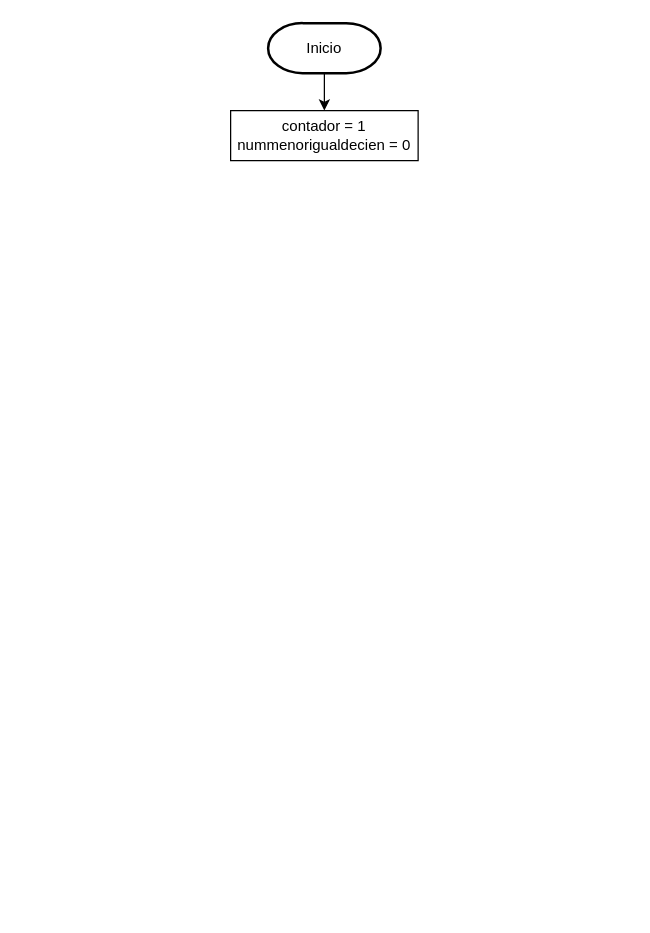
Theo-17/PRACTICA-1 keeps this draw.io diagram as page "Page-5" (5 of 5) of Untitled Diagram.drawio. Above is the earlier version. Source tidied: cells renumbered, new cells numbered last; positions are measured from the earlier drawing's top-left corner, leaving out a move shared by most shapes. Both pictures are drawn from the tidied source at 125%, with x=0, y=0 at pixel (230, 22).
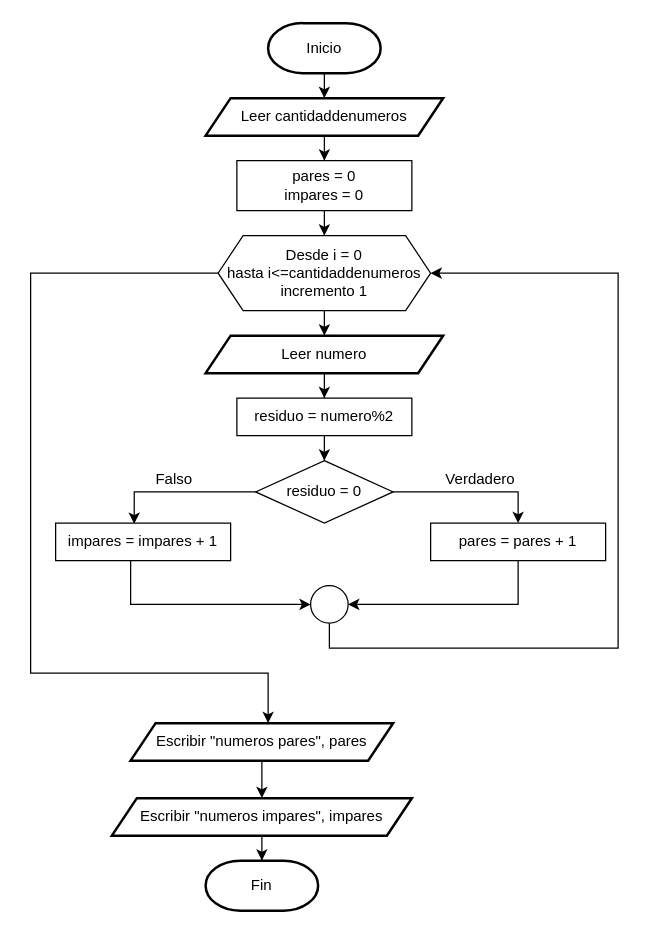
After the change.

The change refers to these unchanged cells:
```xml
<mxCell id="3" value="Inicio" style="strokeWidth=2;html=1;shape=mxgraph.flowchart.terminator;whiteSpace=wrap;" parent="1" vertex="1">
  <mxGeometry x="30" width="90" height="40" as="geometry" />
</mxCell>
```

Change to the diagram source:
```diff
@@
-    <mxCell id="2" style="edgeStyle=orthogonalEdgeStyle;rounded=0;jettySize=auto;html=1;" parent="1" edge="1" source="3" target="4">
+    <mxCell id="2" style="edgeStyle=orthogonalEdgeStyle;rounded=0;jettySize=auto;html=1;" parent="1" edge="1" source="3" target="6">
       <mxGeometry relative="1" as="geometry" />
     </mxCell>
@@
-    <mxCell id="4" value="contador = 1&lt;br&gt;nummenorigualdecien = 0" style="rounded=0;whiteSpace=wrap;html=1;" parent="1" vertex="1">
-      <mxGeometry y="70" width="150" height="40" as="geometry" />
-    </mxCell>
+    <mxCell id="5" style="edgeStyle=orthogonalEdgeStyle;rounded=0;jettySize=auto;html=1;" parent="1" edge="1" source="6" target="18">
+      <mxGeometry relative="1" as="geometry" />
+    </mxCell>
+    <mxCell id="6" value="Leer cantidaddenumeros" style="shape=parallelogram;perimeter=parallelogramPerimeter;whiteSpace=wrap;html=1;fixedSize=1;strokeWidth=2;" parent="1" vertex="1">
+      <mxGeometry x="-20" y="60" width="190" height="30" as="geometry" />
+    </mxCell>
+    <mxCell id="7" style="edgeStyle=orthogonalEdgeStyle;rounded=0;jettySize=auto;html=1;entryX=0.5;entryY=0;entryDx=0;entryDy=0;" parent="1" edge="1" source="9" target="11">
+      <mxGeometry relative="1" as="geometry" />
+    </mxCell>
+    <mxCell id="8" style="edgeStyle=orthogonalEdgeStyle;rounded=0;jettySize=auto;html=1;" parent="1" edge="1" source="9">
+      <mxGeometry relative="1" as="geometry">
+        <mxPoint x="30" y="560" as="targetPoint" />
+        <Array as="points">
+          <mxPoint x="-160" y="200" />
+          <mxPoint x="-160" y="520" />
+          <mxPoint x="30" y="520" />
+        </Array>
+      </mxGeometry>
+    </mxCell>
+    <mxCell id="9" value="Desde i = 0&lt;br&gt;hasta i&amp;lt;=cantidaddenumeros&lt;br&gt;incremento 1" style="shape=hexagon;perimeter=hexagonPerimeter2;whiteSpace=wrap;html=1;fixedSize=1;" parent="1" vertex="1">
+      <mxGeometry x="-10" y="170" width="170" height="60" as="geometry" />
+    </mxCell>
+    <mxCell id="10" style="edgeStyle=orthogonalEdgeStyle;rounded=0;jettySize=auto;html=1;" parent="1" edge="1" source="11" target="16">
+      <mxGeometry relative="1" as="geometry" />
+    </mxCell>
+    <mxCell id="11" value="Leer numero" style="shape=parallelogram;perimeter=parallelogramPerimeter;whiteSpace=wrap;html=1;fixedSize=1;strokeWidth=2;" parent="1" vertex="1">
+      <mxGeometry x="-20" y="250" width="190" height="30" as="geometry" />
+    </mxCell>
+    <mxCell id="12" style="edgeStyle=orthogonalEdgeStyle;rounded=0;jettySize=auto;html=1;entryX=0.5;entryY=0;entryDx=0;entryDy=0;" parent="1" edge="1" source="14" target="20">
+      <mxGeometry relative="1" as="geometry" />
+    </mxCell>
+    <mxCell id="13" style="edgeStyle=orthogonalEdgeStyle;rounded=0;jettySize=auto;html=1;entryX=0.449;entryY=0.02;entryDx=0;entryDy=0;entryPerimeter=0;" parent="1" edge="1" source="14" target="22">
+      <mxGeometry relative="1" as="geometry" />
+    </mxCell>
+    <mxCell id="14" value="residuo = 0" style="rhombus;whiteSpace=wrap;html=1;" parent="1" vertex="1">
+      <mxGeometry x="20" y="350" width="110" height="50" as="geometry" />
+    </mxCell>
+    <mxCell id="15" style="edgeStyle=orthogonalEdgeStyle;rounded=0;jettySize=auto;html=1;entryX=0.5;entryY=0;entryDx=0;entryDy=0;" parent="1" edge="1" source="16" target="14">
+      <mxGeometry relative="1" as="geometry" />
+    </mxCell>
+    <mxCell id="16" value="residuo = numero%2" style="rounded=0;whiteSpace=wrap;html=1;" parent="1" vertex="1">
+      <mxGeometry x="5" y="300" width="140" height="30" as="geometry" />
+    </mxCell>
+    <mxCell id="17" style="edgeStyle=orthogonalEdgeStyle;rounded=0;jettySize=auto;html=1;" parent="1" edge="1" source="18" target="9">
+      <mxGeometry relative="1" as="geometry" />
+    </mxCell>
+    <mxCell id="18" value="pares = 0&lt;br&gt;impares = 0" style="rounded=0;whiteSpace=wrap;html=1;" parent="1" vertex="1">
+      <mxGeometry x="5" y="110" width="140" height="40" as="geometry" />
+    </mxCell>
+    <mxCell id="19" style="edgeStyle=orthogonalEdgeStyle;rounded=0;jettySize=auto;html=1;entryX=1;entryY=0.5;entryDx=0;entryDy=0;" parent="1" edge="1" source="20" target="26">
+      <mxGeometry relative="1" as="geometry">
+        <Array as="points">
+          <mxPoint x="230" y="465" />
+        </Array>
+      </mxGeometry>
+    </mxCell>
+    <mxCell id="20" value="pares = pares + 1" style="rounded=0;whiteSpace=wrap;html=1;" parent="1" vertex="1">
+      <mxGeometry x="160" y="400" width="140" height="30" as="geometry" />
+    </mxCell>
+    <mxCell id="21" style="edgeStyle=orthogonalEdgeStyle;rounded=0;jettySize=auto;html=1;entryX=0;entryY=0.5;entryDx=0;entryDy=0;" parent="1" edge="1" source="22" target="26">
+      <mxGeometry relative="1" as="geometry">
+        <Array as="points">
+          <mxPoint x="-80" y="465" />
+        </Array>
+      </mxGeometry>
+    </mxCell>
+    <mxCell id="22" value="impares = impares + 1" style="rounded=0;whiteSpace=wrap;html=1;" parent="1" vertex="1">
+      <mxGeometry x="-140" y="400" width="140" height="30" as="geometry" />
+    </mxCell>
+    <mxCell id="23" value="Verdadero" style="text;html=1;strokeColor=none;fillColor=none;align=center;verticalAlign=middle;whiteSpace=wrap;rounded=0;" parent="1" vertex="1">
+      <mxGeometry x="170" y="350" width="60" height="30" as="geometry" />
+    </mxCell>
+    <mxCell id="24" value="Falso" style="text;html=1;strokeColor=none;fillColor=none;align=center;verticalAlign=middle;whiteSpace=wrap;rounded=0;" parent="1" vertex="1">
+      <mxGeometry x="-75" y="350" width="60" height="30" as="geometry" />
+    </mxCell>
+    <mxCell id="25" style="edgeStyle=orthogonalEdgeStyle;rounded=0;jettySize=auto;html=1;entryX=1;entryY=0.5;entryDx=0;entryDy=0;" parent="1" edge="1" source="26" target="9">
+      <mxGeometry relative="1" as="geometry">
+        <Array as="points">
+          <mxPoint x="79" y="500" />
+          <mxPoint x="310" y="500" />
+          <mxPoint x="310" y="200" />
+        </Array>
+      </mxGeometry>
+    </mxCell>
+    <mxCell id="26" style="ellipse;whiteSpace=wrap;html=1;" parent="1" vertex="1">
+      <mxGeometry x="64" y="450" width="30" height="30" as="geometry" />
+    </mxCell>
+    <mxCell id="27" style="edgeStyle=orthogonalEdgeStyle;rounded=0;jettySize=auto;html=1;entryX=0.5;entryY=0;entryDx=0;entryDy=0;" parent="1" edge="1" source="28" target="30">
+      <mxGeometry relative="1" as="geometry" />
+    </mxCell>
+    <mxCell id="28" value="Escribir &quot;numeros pares&quot;, pares" style="shape=parallelogram;perimeter=parallelogramPerimeter;whiteSpace=wrap;html=1;fixedSize=1;strokeWidth=2;" parent="1" vertex="1">
+      <mxGeometry x="-80" y="560" width="210" height="30" as="geometry" />
+    </mxCell>
+    <mxCell id="29" style="edgeStyle=orthogonalEdgeStyle;rounded=0;jettySize=auto;html=1;entryX=0.5;entryY=0;entryDx=0;entryDy=0;entryPerimeter=0;" parent="1" edge="1" source="30" target="31">
+      <mxGeometry relative="1" as="geometry" />
+    </mxCell>
+    <mxCell id="30" value="Escribir &quot;numeros impares&quot;, impares" style="shape=parallelogram;perimeter=parallelogramPerimeter;whiteSpace=wrap;html=1;fixedSize=1;strokeWidth=2;" parent="1" vertex="1">
+      <mxGeometry x="-95" y="620" width="240" height="30" as="geometry" />
+    </mxCell>
+    <mxCell id="31" value="Fin" style="strokeWidth=2;html=1;shape=mxgraph.flowchart.terminator;whiteSpace=wrap;" parent="1" vertex="1">
+      <mxGeometry x="-20" y="670" width="90" height="40" as="geometry" />
+    </mxCell>
```
